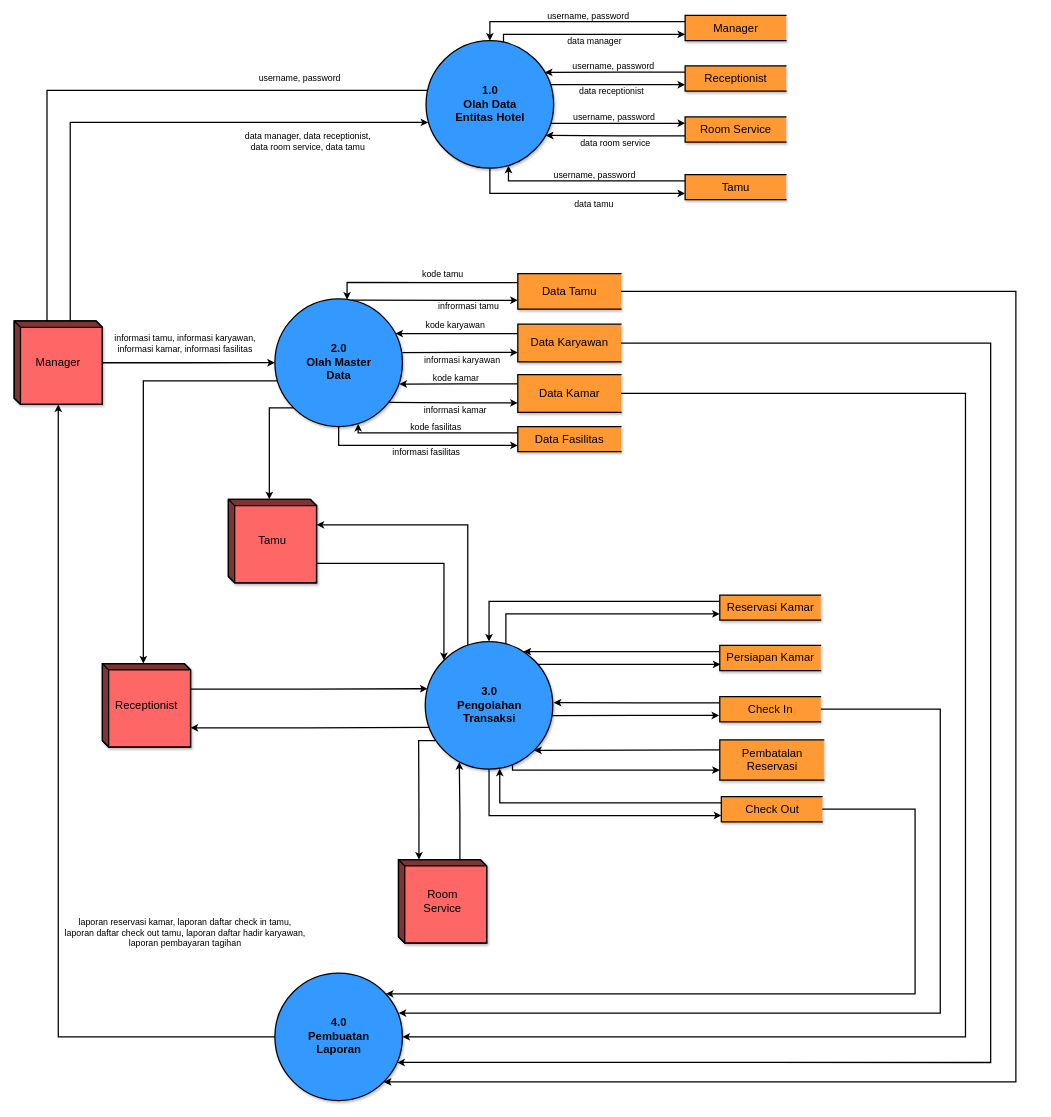
Earlier version of the draw.io diagram page "DFD LVL 1 - NEW" (3 of 8) of Sistem Pemesanan Kamar Hotel - Data Flow Diagram.drawio (trueazp/System-Design-Analysis). Source tidied: cells renumbered, new cells numbered last; positions are measured from the earlier drawing's top-left corner, leaving out a move shared by most shapes. Both pictures are drawn from the tidied source at 63%, with x=0, y=0 at pixel (14, 15).
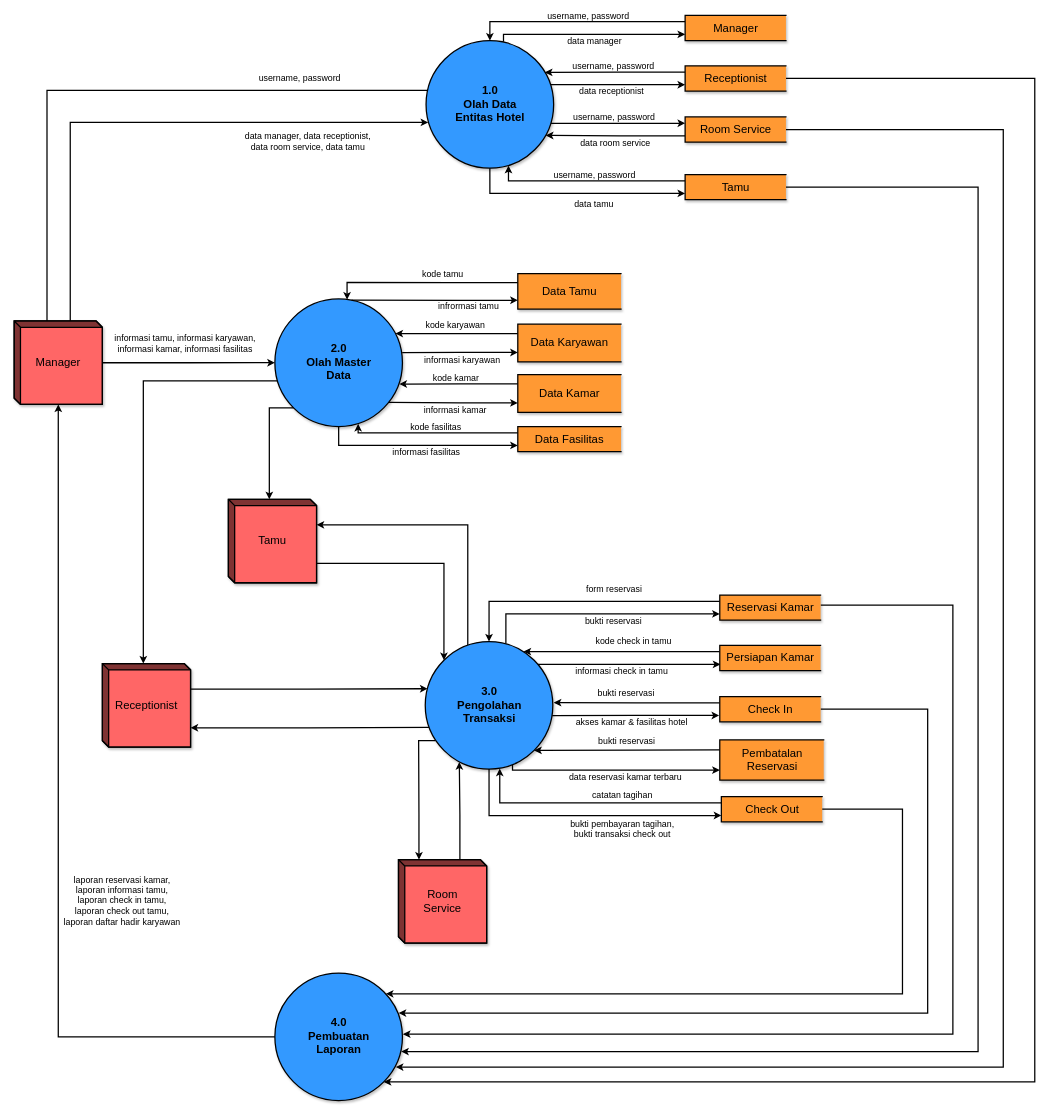
The same diagram, later.

Commit message:
complete flow arrows & added flow arrow's desc texts in new DFD LVL 1

Unchanged cells that the change refers to:
```xml
<mxCell id="12" style="edgeStyle=orthogonalEdgeStyle;rounded=0;jettySize=auto;html=1;fontFamily=Helvetica;fontSize=10;startArrow=none;startFill=0;endArrow=classic;endFill=1;strokeWidth=2;labelBackgroundColor=none;" parent="1" edge="1" source="14" target="67">
  <mxGeometry relative="1" as="geometry" />
</mxCell>
<mxCell id="14" value="4.0&lt;br style=&quot;font-size: 18px&quot;&gt;Pembuatan &lt;br&gt;Laporan" style="shape=ellipse;html=1;dashed=0;whitespace=wrap;perimeter=ellipsePerimeter;shadow=1;labelBackgroundColor=none;fontFamily=Helvetica;fontSize=18;strokeWidth=2;fillColor=#3399FF;align=center;fontStyle=1;" parent="1" vertex="1">
  <mxGeometry x="413.8" y="1520" width="202.5" height="202.5" as="geometry" />
</mxCell>
<mxCell id="27" value="Receptionist" style="html=1;dashed=0;whitespace=wrap;shape=partialRectangle;right=0;shadow=1;labelBackgroundColor=none;fontFamily=Helvetica;fontSize=18;strokeWidth=2;fillColor=#FF9933;align=center;" parent="1" vertex="1">
  <mxGeometry x="1065" y="80" width="160" height="40" as="geometry" />
</mxCell>
<mxCell id="32" value="Room Service" style="html=1;dashed=0;whitespace=wrap;shape=partialRectangle;right=0;shadow=1;labelBackgroundColor=none;fontFamily=Helvetica;fontSize=18;strokeWidth=2;fillColor=#FF9933;align=center;" parent="1" vertex="1">
  <mxGeometry x="1065" y="161.2" width="160" height="40" as="geometry" />
</mxCell>
<mxCell id="41" value="Data Tamu" style="html=1;dashed=0;whitespace=wrap;shape=partialRectangle;right=0;shadow=1;labelBackgroundColor=none;fontFamily=Helvetica;fontSize=18;strokeWidth=2;fillColor=#FF9933;align=center;" parent="1" vertex="1">
  <mxGeometry x="799.4" y="410" width="163.8" height="56.2" as="geometry" />
</mxCell>
<mxCell id="47" value="Data Karyawan" style="html=1;dashed=0;whitespace=wrap;shape=partialRectangle;right=0;shadow=1;labelBackgroundColor=none;fontFamily=Helvetica;fontSize=18;strokeWidth=2;fillColor=#FF9933;align=center;" parent="1" vertex="1">
  <mxGeometry x="799.4" y="490" width="163.8" height="60" as="geometry" />
</mxCell>
<mxCell id="53" value="Data Kamar" style="html=1;dashed=0;whitespace=wrap;shape=partialRectangle;right=0;shadow=1;labelBackgroundColor=none;fontFamily=Helvetica;fontSize=18;strokeWidth=2;fillColor=#FF9933;align=center;" parent="1" vertex="1">
  <mxGeometry x="799.4" y="570" width="163.8" height="60" as="geometry" />
</mxCell>
<mxCell id="58" value="Tamu" style="html=1;dashed=0;whitespace=wrap;shape=partialRectangle;right=0;shadow=1;labelBackgroundColor=none;fontFamily=Helvetica;fontSize=18;strokeWidth=2;fillColor=#FF9933;align=center;" parent="1" vertex="1">
  <mxGeometry x="1065" y="252.5" width="160" height="40" as="geometry" />
</mxCell>
<mxCell id="69" style="edgeStyle=orthogonalEdgeStyle;rounded=0;jettySize=auto;html=1;exitX=0;exitY=0.25;exitDx=0;exitDy=0;entryX=0.5;entryY=0;entryDx=0;entryDy=0;fontSize=14;endArrow=classic;endFill=1;strokeWidth=2;" parent="1" edge="1" source="71" target="68">
  <mxGeometry relative="1" as="geometry" />
</mxCell>
<mxCell id="70" style="edgeStyle=orthogonalEdgeStyle;rounded=0;jettySize=auto;html=1;exitX=0;exitY=0.75;exitDx=0;exitDy=0;entryX=0.632;entryY=0.015;entryDx=0;entryDy=0;entryPerimeter=0;fontSize=14;startArrow=classic;startFill=1;endArrow=none;endFill=0;strokeWidth=2;" parent="1" edge="1" source="71" target="68">
  <mxGeometry relative="1" as="geometry" />
</mxCell>
<mxCell id="72" style="edgeStyle=orthogonalEdgeStyle;rounded=0;orthogonalLoop=1;jettySize=auto;html=1;exitX=0;exitY=0.75;exitDx=0;exitDy=0;entryX=0.878;entryY=0.179;entryDx=0;entryDy=0;entryPerimeter=0;fontSize=14;startArrow=classic;startFill=1;endArrow=none;endFill=0;strokeWidth=2;" parent="1" edge="1">
  <mxGeometry relative="1" as="geometry">
    <mxPoint x="1121" y="1030" as="sourcePoint" />
    <mxPoint x="831.3" y="1030" as="targetPoint" />
  </mxGeometry>
</mxCell>
<mxCell id="73" style="edgeStyle=orthogonalEdgeStyle;rounded=0;jettySize=auto;html=1;exitX=0;exitY=0.25;exitDx=0;exitDy=0;entryX=0.77;entryY=0.079;entryDx=0;entryDy=0;entryPerimeter=0;fontSize=14;startArrow=none;startFill=0;endArrow=classic;endFill=1;strokeWidth=2;" parent="1" edge="1" source="74" target="68">
  <mxGeometry relative="1" as="geometry" />
</mxCell>
<mxCell id="75" style="edgeStyle=orthogonalEdgeStyle;rounded=0;orthogonalLoop=1;jettySize=auto;html=1;exitX=0;exitY=0.75;exitDx=0;exitDy=0;entryX=1;entryY=0.582;entryDx=0;entryDy=0;entryPerimeter=0;fontSize=14;startArrow=classic;startFill=1;endArrow=none;endFill=0;strokeWidth=2;" parent="1" edge="1">
  <mxGeometry relative="1" as="geometry">
    <mxPoint x="1119" y="1111.2" as="sourcePoint" />
    <mxPoint x="854" y="1111.6" as="targetPoint" />
    <Array as="points">
      <mxPoint x="987" y="1111" />
      <mxPoint x="854" y="1112" />
    </Array>
  </mxGeometry>
</mxCell>
<mxCell id="76" style="edgeStyle=orthogonalEdgeStyle;rounded=0;jettySize=auto;html=1;exitX=0;exitY=0.25;exitDx=0;exitDy=0;entryX=1.007;entryY=0.479;entryDx=0;entryDy=0;entryPerimeter=0;fontSize=14;startArrow=none;startFill=0;endArrow=classic;endFill=1;strokeWidth=2;" parent="1" edge="1" source="78" target="68">
  <mxGeometry relative="1" as="geometry" />
</mxCell>
<mxCell id="78" value="Check In" style="html=1;dashed=0;whitespace=wrap;shape=partialRectangle;right=0;shadow=1;labelBackgroundColor=none;fontFamily=Helvetica;fontSize=18;strokeWidth=2;fillColor=#FF9933;align=center;" parent="1" vertex="1">
  <mxGeometry x="1120" y="1081.2" width="160" height="40" as="geometry" />
</mxCell>
<mxCell id="79" style="edgeStyle=orthogonalEdgeStyle;rounded=0;jettySize=auto;html=1;exitX=0;exitY=0.75;exitDx=0;exitDy=0;entryX=0.684;entryY=0.967;entryDx=0;entryDy=0;entryPerimeter=0;fontSize=14;startArrow=classic;startFill=1;endArrow=none;endFill=0;strokeWidth=2;" parent="1" edge="1" source="81" target="68">
  <mxGeometry relative="1" as="geometry">
    <Array as="points">
      <mxPoint x="988" y="1198" />
      <mxPoint x="791" y="1198" />
    </Array>
  </mxGeometry>
</mxCell>
<mxCell id="80" style="edgeStyle=orthogonalEdgeStyle;rounded=0;jettySize=auto;html=1;exitX=0;exitY=0.25;exitDx=0;exitDy=0;entryX=1;entryY=1;entryDx=0;entryDy=0;fontSize=14;startArrow=none;startFill=0;endArrow=classic;endFill=1;strokeWidth=2;" parent="1" edge="1" source="81" target="68">
  <mxGeometry relative="1" as="geometry" />
</mxCell>
<mxCell id="82" style="edgeStyle=orthogonalEdgeStyle;rounded=0;jettySize=auto;html=1;exitX=0;exitY=0.75;exitDx=0;exitDy=0;entryX=0.5;entryY=1;entryDx=0;entryDy=0;fontSize=14;startArrow=classic;startFill=1;endArrow=none;endFill=0;strokeWidth=2;" parent="1" edge="1" source="85" target="68">
  <mxGeometry relative="1" as="geometry" />
</mxCell>
<mxCell id="83" style="edgeStyle=orthogonalEdgeStyle;rounded=0;jettySize=auto;html=1;exitX=0;exitY=0.25;exitDx=0;exitDy=0;entryX=0.584;entryY=0.996;entryDx=0;entryDy=0;entryPerimeter=0;fontSize=14;startArrow=none;startFill=0;endArrow=classic;endFill=1;strokeWidth=2;" parent="1" edge="1" source="85" target="68">
  <mxGeometry relative="1" as="geometry" />
</mxCell>
<mxCell id="85" value="Check Out" style="html=1;dashed=0;whitespace=wrap;shape=partialRectangle;right=0;shadow=1;labelBackgroundColor=none;fontFamily=Helvetica;fontSize=18;strokeWidth=2;fillColor=#FF9933;align=center;" parent="1" vertex="1">
  <mxGeometry x="1122.5" y="1240" width="160" height="40" as="geometry" />
</mxCell>
```

The edit, as a diff of the source:
```diff
@@
-    <mxCell id="13" value="laporan reservasi kamar, laporan daftar check in tamu, &lt;br style=&quot;font-size: 14px;&quot;&gt;laporan daftar check out tamu, laporan daftar hadir karyawan, &lt;br style=&quot;font-size: 14px;&quot;&gt;laporan pembayaran tagihan" style="edgeLabel;html=1;align=center;verticalAlign=middle;fontSize=14;fontFamily=Helvetica;labelBackgroundColor=none;" parent="12" vertex="1">
+    <mxCell id="13" value="&lt;div&gt;laporan reservasi kamar, &lt;br&gt;&lt;/div&gt;&lt;div&gt;laporan informasi tamu, &lt;br&gt;&lt;/div&gt;&lt;div&gt;laporan check in tamu, &lt;br&gt;&lt;/div&gt;&lt;div&gt;laporan check out tamu, &lt;br&gt;&lt;/div&gt;&lt;div&gt;laporan daftar hadir karyawan&lt;br&gt;&lt;/div&gt;" style="edgeLabel;html=1;align=center;verticalAlign=middle;fontSize=14;fontFamily=Helvetica;labelBackgroundColor=none;" parent="12" vertex="1">
       <mxGeometry x="0.25" relative="1" as="geometry">
-        <mxPoint x="200" y="332" as="offset" />
+        <mxPoint x="100" y="281" as="offset" />
       </mxGeometry>
     </mxCell>
@@
+    <mxCell id="86" style="edgeStyle=orthogonalEdgeStyle;rounded=0;jumpStyle=arc;jettySize=auto;html=1;entryX=1;entryY=1;entryDx=0;entryDy=0;fontSize=14;startArrow=none;startFill=0;endArrow=classic;endFill=1;strokeWidth=2;" parent="1" edge="1" source="27" target="14">
+      <mxGeometry relative="1" as="geometry">
+        <Array as="points">
+          <mxPoint x="1620" y="100" />
+          <mxPoint x="1620" y="1693" />
+        </Array>
+      </mxGeometry>
+    </mxCell>
@@
+    <mxCell id="87" style="edgeStyle=orthogonalEdgeStyle;rounded=0;jumpStyle=arc;jettySize=auto;html=1;entryX=0.948;entryY=0.737;entryDx=0;entryDy=0;entryPerimeter=0;fontSize=14;startArrow=none;startFill=0;endArrow=classic;endFill=1;strokeWidth=2;" parent="1" edge="1" source="32" target="14">
+      <mxGeometry relative="1" as="geometry">
+        <Array as="points">
+          <mxPoint x="1570" y="181" />
+          <mxPoint x="1570" y="1669" />
+        </Array>
+      </mxGeometry>
+    </mxCell>
@@
-    <mxCell id="40" style="edgeStyle=orthogonalEdgeStyle;rounded=0;jettySize=auto;html=1;entryX=1;entryY=1;entryDx=0;entryDy=0;fontSize=14;startArrow=none;startFill=0;endArrow=classic;endFill=1;strokeWidth=2;exitX=1;exitY=0.5;exitDx=0;exitDy=0;" parent="1" edge="1" source="41" target="14">
-      <mxGeometry relative="1" as="geometry">
-        <Array as="points">
-          <mxPoint x="1590" y="438" />
-          <mxPoint x="1590" y="1693" />
-        </Array>
-      </mxGeometry>
-    </mxCell>
@@
-    <mxCell id="46" style="edgeStyle=orthogonalEdgeStyle;rounded=0;jettySize=auto;html=1;entryX=0.96;entryY=0.701;entryDx=0;entryDy=0;entryPerimeter=0;fontSize=14;startArrow=none;startFill=0;endArrow=classic;endFill=1;strokeWidth=2;exitX=1;exitY=0.5;exitDx=0;exitDy=0;" parent="1" edge="1" source="47" target="14">
-      <mxGeometry relative="1" as="geometry">
-        <Array as="points">
-          <mxPoint x="1550" y="520" />
-          <mxPoint x="1550" y="1662" />
-        </Array>
-      </mxGeometry>
-    </mxCell>
@@
-    <mxCell id="52" style="edgeStyle=orthogonalEdgeStyle;rounded=0;jettySize=auto;html=1;entryX=1;entryY=0.5;entryDx=0;entryDy=0;fontSize=14;startArrow=none;startFill=0;endArrow=classic;endFill=1;strokeWidth=2;exitX=1;exitY=0.5;exitDx=0;exitDy=0;" parent="1" edge="1" source="53" target="14">
-      <mxGeometry relative="1" as="geometry">
-        <Array as="points">
-          <mxPoint x="1510" y="600" />
-          <mxPoint x="1510" y="1621" />
-        </Array>
-      </mxGeometry>
-    </mxCell>
@@
+    <mxCell id="88" style="edgeStyle=orthogonalEdgeStyle;rounded=0;jumpStyle=arc;jettySize=auto;html=1;entryX=0.99;entryY=0.616;entryDx=0;entryDy=0;entryPerimeter=0;fontSize=14;startArrow=none;startFill=0;endArrow=classic;endFill=1;strokeWidth=2;" parent="1" edge="1" source="58" target="14">
+      <mxGeometry relative="1" as="geometry">
+        <Array as="points">
+          <mxPoint x="1530" y="273" />
+          <mxPoint x="1530" y="1645" />
+        </Array>
+      </mxGeometry>
+    </mxCell>
@@
+    <mxCell id="89" value="form reservasi " style="edgeLabel;html=1;align=center;verticalAlign=middle;fontSize=14;" parent="69" vertex="1">
+      <mxGeometry y="-2" relative="1" as="geometry">
+        <mxPoint x="46" y="-18" as="offset" />
+      </mxGeometry>
+    </mxCell>
@@
+    <mxCell id="90" value="bukti reservasi" style="edgeLabel;html=1;align=center;verticalAlign=middle;fontSize=14;" parent="70" vertex="1">
+      <mxGeometry x="0.02" y="1" relative="1" as="geometry">
+        <mxPoint x="27" y="9" as="offset" />
+      </mxGeometry>
+    </mxCell>
+    <mxCell id="91" style="edgeStyle=orthogonalEdgeStyle;rounded=0;jumpStyle=arc;orthogonalLoop=1;jettySize=auto;html=1;fontSize=14;startArrow=none;startFill=0;endArrow=classic;endFill=1;strokeWidth=2;" parent="1" edge="1">
+      <mxGeometry relative="1" as="geometry">
+        <mxPoint x="1280" y="936" as="sourcePoint" />
+        <mxPoint x="617" y="1617" as="targetPoint" />
+        <Array as="points">
+          <mxPoint x="1490" y="936" />
+          <mxPoint x="1490" y="1617" />
+        </Array>
+      </mxGeometry>
+    </mxCell>
@@
+    <mxCell id="92" value="informasi check in tamu" style="edgeLabel;html=1;align=center;verticalAlign=middle;fontSize=14;" parent="72" vertex="1">
+      <mxGeometry x="0.22" relative="1" as="geometry">
+        <mxPoint x="19" y="10" as="offset" />
+      </mxGeometry>
+    </mxCell>
@@
+    <mxCell id="93" value="kode check in tamu" style="edgeLabel;html=1;align=center;verticalAlign=middle;fontSize=14;" parent="73" vertex="1">
+      <mxGeometry x="0.04" y="-1" relative="1" as="geometry">
+        <mxPoint x="24" y="-15" as="offset" />
+      </mxGeometry>
+    </mxCell>
@@
+    <mxCell id="94" value="akses kamar &amp;amp; fasilitas hotel" style="edgeLabel;html=1;align=center;verticalAlign=middle;fontSize=14;" parent="75" vertex="1">
+      <mxGeometry x="0.14" y="-1" relative="1" as="geometry">
+        <mxPoint x="12" y="11" as="offset" />
+      </mxGeometry>
+    </mxCell>
@@
+    <mxCell id="95" value="bukti reservasi" style="edgeLabel;html=1;align=center;verticalAlign=middle;fontSize=14;" parent="76" vertex="1">
+      <mxGeometry x="0.14" y="-1" relative="1" as="geometry">
+        <mxPoint y="-14" as="offset" />
+      </mxGeometry>
+    </mxCell>
     <mxCell id="77" style="edgeStyle=orthogonalEdgeStyle;rounded=0;jettySize=auto;html=1;entryX=0.97;entryY=0.314;entryDx=0;entryDy=0;entryPerimeter=0;fontSize=14;startArrow=none;startFill=0;endArrow=classic;endFill=1;strokeWidth=2;" parent="1" edge="1" source="78" target="14">
       <mxGeometry relative="1" as="geometry">
         <Array as="points">
-          <mxPoint x="1470" y="1101" />
-          <mxPoint x="1470" y="1584" />
+          <mxPoint x="1450" y="1101" />
+          <mxPoint x="1450" y="1584" />
         </Array>
       </mxGeometry>
     </mxCell>
@@
+    <mxCell id="96" value="data reservasi kamar terbaru" style="edgeLabel;html=1;align=center;verticalAlign=middle;fontSize=14;" parent="79" vertex="1">
+      <mxGeometry x="-0.07" y="-2" relative="1" as="geometry">
+        <mxPoint x="7" y="13" as="offset" />
+      </mxGeometry>
+    </mxCell>
@@
+    <mxCell id="97" value="bukti reservasi" style="edgeLabel;html=1;align=center;verticalAlign=middle;fontSize=14;" parent="80" vertex="1">
+      <mxGeometry x="0.01" y="-4" relative="1" as="geometry">
+        <mxPoint y="-11" as="offset" />
+      </mxGeometry>
+    </mxCell>
@@
+    <mxCell id="98" value="&lt;div&gt;bukti pembayaran tagihan, &lt;br&gt;&lt;/div&gt;&lt;div&gt;bukti transaksi check out&lt;/div&gt;" style="edgeLabel;html=1;align=center;verticalAlign=middle;fontSize=14;" parent="82" vertex="1">
+      <mxGeometry x="-0.22" y="3" relative="1" as="geometry">
+        <mxPoint x="15" y="17" as="offset" />
+      </mxGeometry>
+    </mxCell>
@@
+    <mxCell id="99" value="catatan tagihan" style="edgeLabel;html=1;align=center;verticalAlign=middle;fontSize=14;" parent="83" vertex="1">
+      <mxGeometry x="-0.01" y="2" relative="1" as="geometry">
+        <mxPoint x="43" y="-15" as="offset" />
+      </mxGeometry>
+    </mxCell>
     <mxCell id="84" style="edgeStyle=orthogonalEdgeStyle;rounded=0;jettySize=auto;html=1;fontSize=14;startArrow=none;startFill=0;endArrow=classic;endFill=1;strokeWidth=2;jumpStyle=arc;" parent="1" edge="1" source="85">
       <mxGeometry relative="1" as="geometry">
         <mxPoint x="590" y="1553" as="targetPoint" />
         <Array as="points">
-          <mxPoint x="1430" y="1260" />
-          <mxPoint x="1430" y="1553" />
+          <mxPoint x="1410" y="1260" />
+          <mxPoint x="1410" y="1553" />
         </Array>
       </mxGeometry>
     </mxCell>
```
